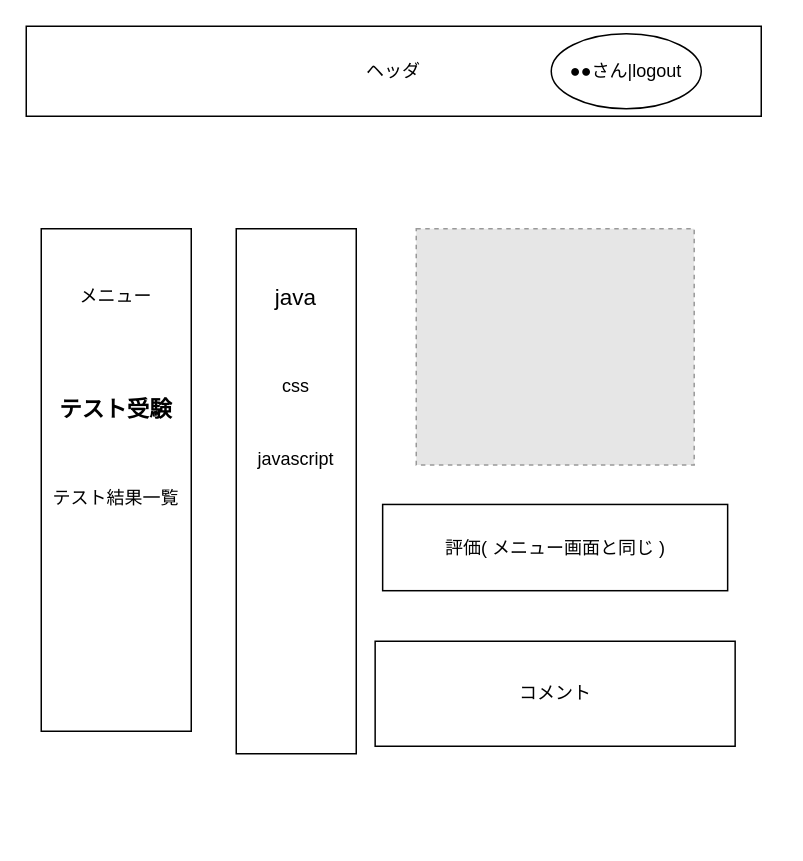
Earlier version of the draw.io diagram 外部設計DRAWIO/3.0テスト結果一覧画面.drawio (DOJO-2021/A-3). Source tidied: cells renumbered, new cells numbered last; positions are measured from the earlier drawing's top-left corner, leaving out a move shared by most shapes. Both pictures are drawn from the tidied source at 150%, with x=0, y=0 at pixel (26, 26). Pictures stored in the file or linked from it are replaced by grey dashed boxes.
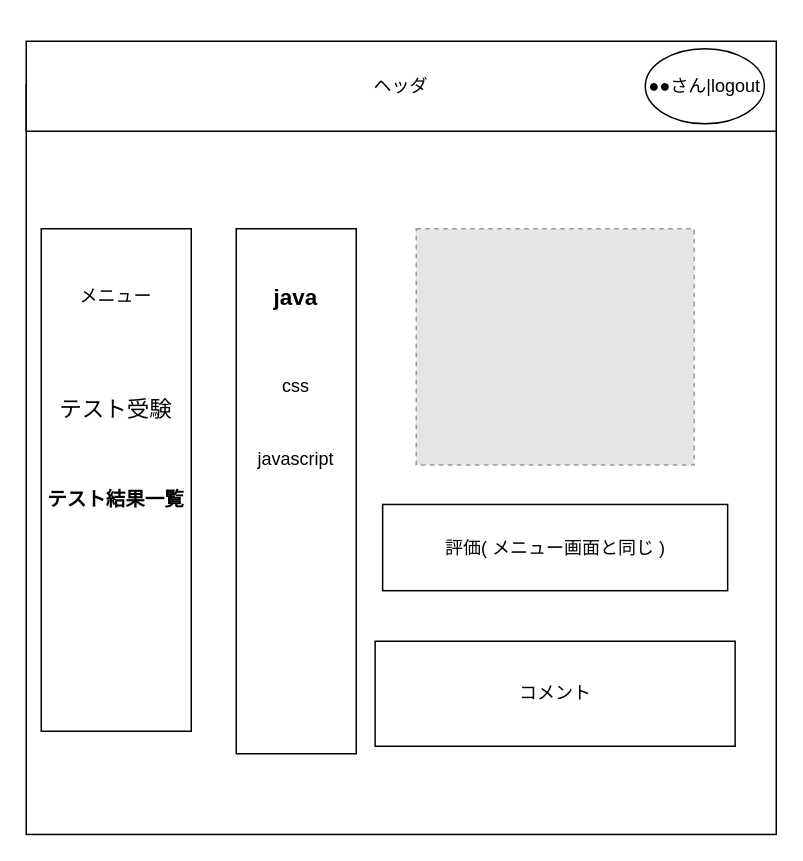
Above is the later version.

Change to the diagram source:
```diff
@@
 <mxGraphModel>
   <root>
     <mxCell id="0" />
     <mxCell id="1" parent="0" />
+    <mxCell id="15" style="whiteSpace=wrap;html=1;" parent="1" vertex="1">
+      <mxGeometry y="38.8" width="500" height="500" as="geometry" />
+    </mxCell>
     <mxCell id="2" style="rounded=0;whiteSpace=wrap;html=1;" parent="1" vertex="1">
       <mxGeometry x="10" y="135" width="100" height="335" as="geometry" />
     </mxCell>
     <mxCell id="3" value="&lt;span style=&quot;font-size: 12px;&quot;&gt;&lt;font style=&quot;font-size: 12px;&quot;&gt;メニュー&lt;/font&gt;&lt;/span&gt;" style="text;html=1;strokeColor=none;fillColor=none;align=center;verticalAlign=middle;whiteSpace=wrap;rounded=0;fontStyle=0;fontSize=12;" parent="1" vertex="1">
       <mxGeometry x="20" y="150" width="80" height="60" as="geometry" />
     </mxCell>
-    <mxCell id="4" value="ヘッダ" style="rounded=0;whiteSpace=wrap;html=1;" parent="1" vertex="1">
-      <mxGeometry width="490" height="60" as="geometry" />
-    </mxCell>
-    <mxCell id="5" value="テスト受験" style="text;html=1;strokeColor=none;fillColor=none;align=center;verticalAlign=middle;whiteSpace=wrap;rounded=0;fontStyle=1;fontSize=15;" parent="1" vertex="1">
+    <mxCell id="5" value="テスト受験" style="text;html=1;strokeColor=none;fillColor=none;align=center;verticalAlign=middle;whiteSpace=wrap;rounded=0;fontStyle=0;fontSize=15;" parent="1" vertex="1">
       <mxGeometry x="20" y="225" width="80" height="60" as="geometry" />
     </mxCell>
-    <mxCell id="6" value="テスト結果一覧" style="text;html=1;strokeColor=none;fillColor=none;align=center;verticalAlign=middle;whiteSpace=wrap;rounded=0;" parent="1" vertex="1">
+    <mxCell id="6" value="テスト結果一覧" style="text;html=1;strokeColor=none;fillColor=none;align=center;verticalAlign=middle;whiteSpace=wrap;rounded=0;fontStyle=1;fontSize=13;" parent="1" vertex="1">
       <mxGeometry y="285" width="120" height="60" as="geometry" />
     </mxCell>
     <mxCell id="7" style="fillColor=#E6E6E6;strokeColor=#999999;dashed=1;verticalLabelPosition=bottom;labelBackgroundColor=#ffffff;verticalAlign=top;" parent="1" vertex="1">
       <mxGeometry x="260" y="135" width="185.3" height="157.5" as="geometry" />
     </mxCell>
     <mxCell id="8" value="コメント" style="rounded=0;whiteSpace=wrap;html=1;fontSize=12;" parent="1" vertex="1">
       <mxGeometry x="232.6" y="410" width="240" height="70" as="geometry" />
     </mxCell>
-    <mxCell id="9" value="●●さん|logout" style="ellipse;whiteSpace=wrap;html=1;fontSize=12;" parent="1" vertex="1">
-      <mxGeometry x="350" y="5" width="100" height="50" as="geometry" />
-    </mxCell>
     <mxCell id="10" value="評価( メニュー画面と同じ )" style="rounded=0;whiteSpace=wrap;html=1;" parent="1" vertex="1">
       <mxGeometry x="237.6" y="318.8" width="230" height="57.5" as="geometry" />
     </mxCell>
     <mxCell id="11" style="rounded=0;whiteSpace=wrap;html=1;" parent="1" vertex="1">
       <mxGeometry x="140" y="135" width="80" height="350" as="geometry" />
     </mxCell>
-    <mxCell id="12" value="java" style="text;html=1;strokeColor=none;fillColor=none;align=center;verticalAlign=middle;whiteSpace=wrap;rounded=0;fontStyle=0;fontSize=15;" parent="1" vertex="1">
+    <mxCell id="12" value="java" style="text;html=1;strokeColor=none;fillColor=none;align=center;verticalAlign=middle;whiteSpace=wrap;rounded=0;fontStyle=1;fontSize=15;" parent="1" vertex="1">
       <mxGeometry x="140" y="150" width="80" height="60" as="geometry" />
     </mxCell>
     <mxCell id="13" value="css" style="text;html=1;strokeColor=none;fillColor=none;align=center;verticalAlign=middle;whiteSpace=wrap;rounded=0;fontStyle=0;fontSize=12;" parent="1" vertex="1">
       <mxGeometry x="140" y="210" width="80" height="60" as="geometry" />
     </mxCell>
     <mxCell id="14" value="javascript" style="text;html=1;strokeColor=none;fillColor=none;align=center;verticalAlign=middle;whiteSpace=wrap;rounded=0;fontStyle=0;fontSize=12;" parent="1" vertex="1">
       <mxGeometry x="140" y="258.8" width="80" height="60" as="geometry" />
     </mxCell>
+    <mxCell id="16" style="group;" parent="1" vertex="1">
+      <mxGeometry y="10" width="500" height="60" as="geometry" />
+    </mxCell>
+    <mxCell id="4" value="ヘッダ" style="rounded=0;whiteSpace=wrap;html=1;" parent="16" vertex="1">
+      <mxGeometry width="500" height="60" as="geometry" />
+    </mxCell>
+    <mxCell id="9" value="●●さん|logout" style="ellipse;whiteSpace=wrap;html=1;fontSize=12;" parent="16" vertex="1">
+      <mxGeometry x="412.7" y="5" width="79.4" height="50" as="geometry" />
+    </mxCell>
   </root>
 </mxGraphModel>
```
